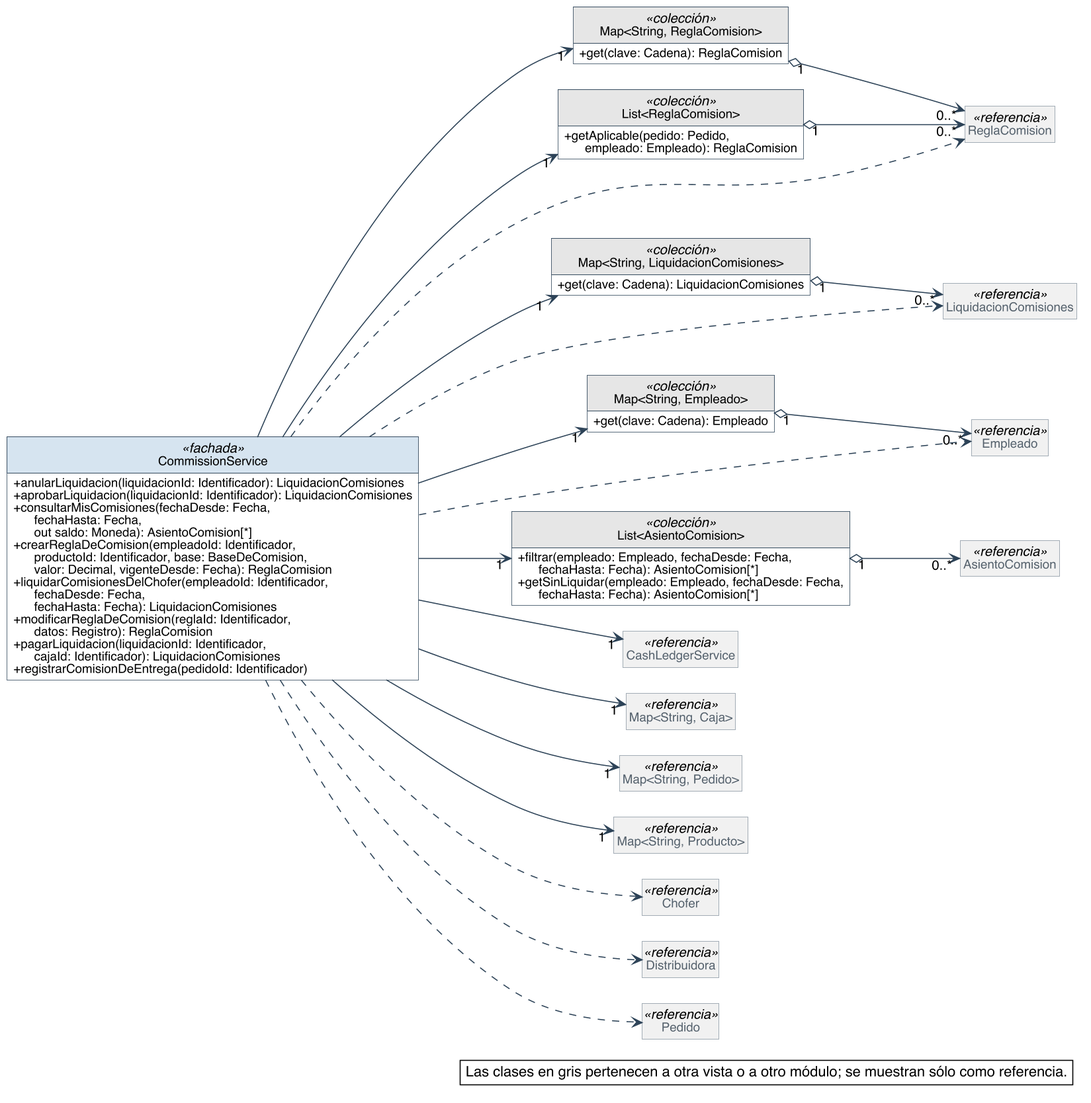
Nahuelito-Dev/splg-docs keeps this PlantUML diagram as diagramas/clases-diseno/DC_Mod_Comisiones.png. Above is the earlier version. Its diagram source:
```plantuml
@startuml
skinparam backgroundColor #FFFFFF
skinparam shadowing false
skinparam defaultFontName Helvetica
skinparam defaultFontSize 13
skinparam dpi 150
skinparam nodesep 40
skinparam ranksep 55
skinparam classAttributeIconSize 0
skinparam roundCorner 0
skinparam genericDisplay old
skinparam class {
  BorderColor #2C4257
  BackgroundColor #FFFFFF
  ArrowColor #2C4257
  FontSize 14
  AttributeFontSize 12
  HeaderBackgroundColor #E8EEF3
}
skinparam class<<referencia>> {
  BackgroundColor #F1F1F1
  BorderColor #8A97A3
  FontColor #55616C
}
skinparam class<<fachada>> {
  HeaderBackgroundColor #D6E4F0
}
skinparam class<<controlador>> {
  HeaderBackgroundColor #D6E4F0
}
skinparam class<<fabricación pura>> {
  HeaderBackgroundColor #F3E9CF
}
skinparam class<<colección>> {
  HeaderBackgroundColor #E6E6E6
}
skinparam class<<adaptador>> {
  HeaderBackgroundColor #DCEBDD
}
skinparam interface {
  BorderColor #2C4257
  BackgroundColor #FFFFFF
  HeaderBackgroundColor #DCEBDD
  FontSize 14
  AttributeFontSize 12
}
skinparam note {
  BackgroundColor #FFFFFF
  BorderColor #2C4257
}
skinparam packageStyle rectangle
skinparam package {
  BorderColor #8A97A3
  FontSize 13
  FontColor #55616C
}
hide circle
hide empty members

left to right direction
skinparam nodesep 25
skinparam ranksep 90
class CommissionService <<fachada>> {
  + anularLiquidacion(liquidacionId: Identificador): LiquidacionComisiones
  + aprobarLiquidacion(liquidacionId: Identificador): LiquidacionComisiones
  + consultarMisComisiones(fechaDesde: Fecha,\n      fechaHasta: Fecha,\n      out saldo: Moneda): AsientoComision[*]
  + crearReglaDeComision(empleadoId: Identificador,\n      productoId: Identificador, base: BaseDeComision,\n      valor: Decimal, vigenteDesde: Fecha): ReglaComision
  + liquidarComisionesDelChofer(empleadoId: Identificador,\n      fechaDesde: Fecha,\n      fechaHasta: Fecha): LiquidacionComisiones
  + modificarReglaDeComision(reglaId: Identificador,\n      datos: Registro): ReglaComision
  + pagarLiquidacion(liquidacionId: Identificador,\n      cajaId: Identificador): LiquidacionComisiones
  + registrarComisionDeEntrega(pedidoId: Identificador)
}
class "Map<String, ReglaComision>" as Map_String_ReglaComision <<colección>> {
  + get(clave: Cadena): ReglaComision
}
class "Map<String, LiquidacionComisiones>" as Map_String_LiquidacionComisiones <<colección>> {
  + get(clave: Cadena): LiquidacionComisiones
}
class "Map<String, Empleado>" as Map_String_Empleado <<colección>> {
  + get(clave: Cadena): Empleado
}
class "List<ReglaComision>" as List_ReglaComision <<colección>> {
  + getAplicable(pedido: Pedido,\n      empleado: Empleado): ReglaComision
}
class "List<AsientoComision>" as List_AsientoComision <<colección>> {
  + filtrar(empleado: Empleado, fechaDesde: Fecha,\n      fechaHasta: Fecha): AsientoComision[*]
  + getSinLiquidar(empleado: Empleado, fechaDesde: Fecha,\n      fechaHasta: Fecha): AsientoComision[*]
}
class Empleado <<referencia>>
class ReglaComision <<referencia>>
class LiquidacionComisiones <<referencia>>
class AsientoComision <<referencia>>
class CashLedgerService <<referencia>>
class "Map<String, Caja>" as Map_String_Caja <<referencia>>
class "Map<String, Pedido>" as Map_String_Pedido <<referencia>>
class "Map<String, Producto>" as Map_String_Producto <<referencia>>
class Chofer <<referencia>>
class Distribuidora <<referencia>>
class Pedido <<referencia>>

Map_String_Empleado "1" o--> "0..*" Empleado
Map_String_ReglaComision "1" o--> "0..*" ReglaComision
List_ReglaComision "1" o--> "0..*" ReglaComision
Map_String_LiquidacionComisiones "1" o--> "0..*" LiquidacionComisiones
List_AsientoComision "1" o--> "0..*" AsientoComision
CommissionService --> "1" CashLedgerService
CommissionService --> "1" List_AsientoComision
CommissionService --> "1" List_ReglaComision
CommissionService --> "1" Map_String_Caja
CommissionService --> "1" Map_String_Empleado
CommissionService --> "1" Map_String_LiquidacionComisiones
CommissionService --> "1" Map_String_Pedido
CommissionService --> "1" Map_String_Producto
CommissionService --> "1" Map_String_ReglaComision
CommissionService ..> Chofer
CommissionService ..> Distribuidora
CommissionService ..> Empleado
CommissionService ..> LiquidacionComisiones
CommissionService ..> Pedido
CommissionService ..> ReglaComision

legend bottom right
  Las clases en gris pertenecen a otra vista o a otro módulo; se muestran sólo como referencia.
endlegend
@enduml
```
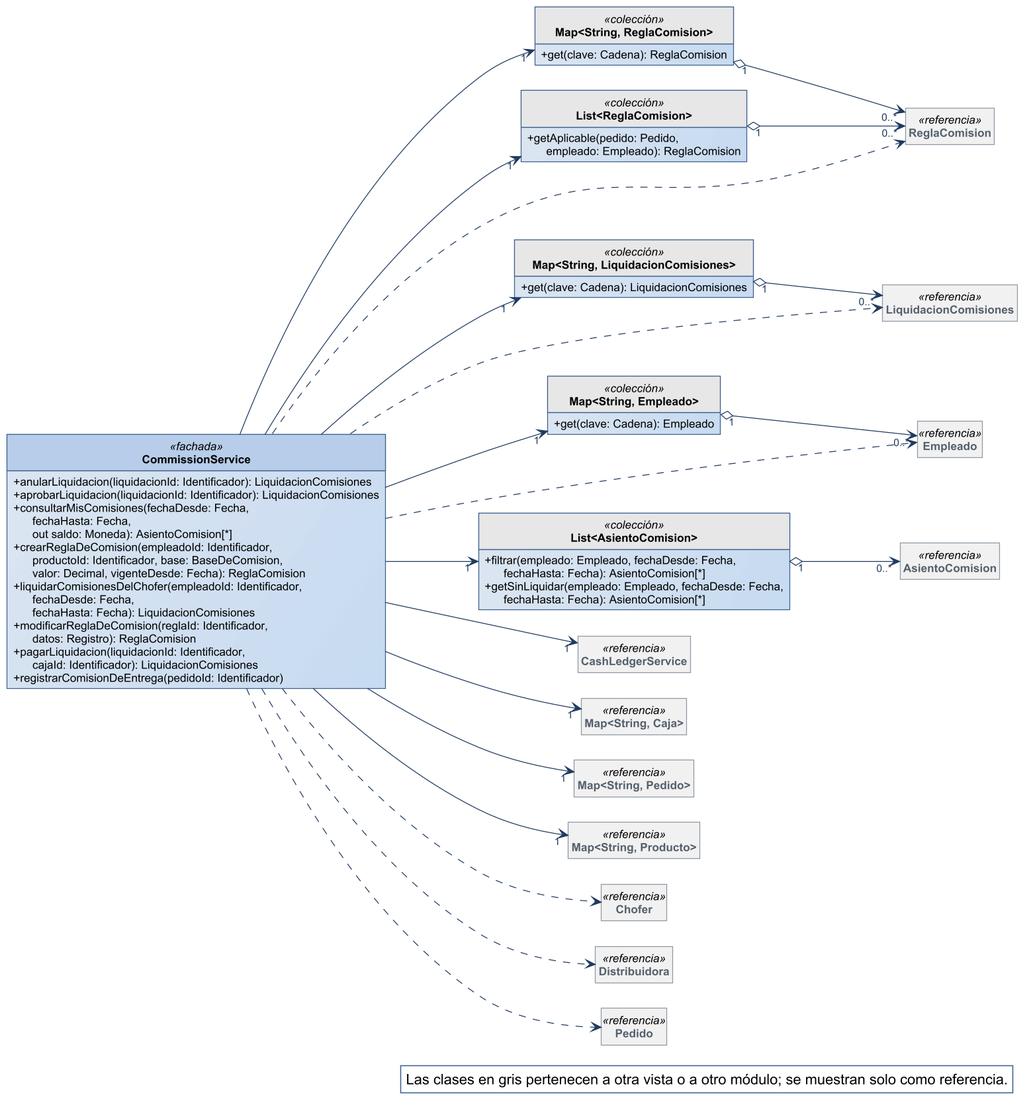
The same diagram one commit later.

What changed in the source:
```diff
@@ -1,59 +1,29 @@
 @startuml
-skinparam backgroundColor #FFFFFF
-skinparam shadowing false
-skinparam defaultFontName Helvetica
-skinparam defaultFontSize 13
-skinparam dpi 150
+!include ../estilo-vp.iuml
 skinparam nodesep 40
 skinparam ranksep 55
-skinparam classAttributeIconSize 0
-skinparam roundCorner 0
 skinparam genericDisplay old
-skinparam class {
-  BorderColor #2C4257
-  BackgroundColor #FFFFFF
-  ArrowColor #2C4257
-  FontSize 14
-  AttributeFontSize 12
-  HeaderBackgroundColor #E8EEF3
-}
 skinparam class<<referencia>> {
   BackgroundColor #F1F1F1
   BorderColor #8A97A3
   FontColor #55616C
 }
 skinparam class<<fachada>> {
-  HeaderBackgroundColor #D6E4F0
+  HeaderBackgroundColor #B7CDE8
 }
 skinparam class<<controlador>> {
-  HeaderBackgroundColor #D6E4F0
+  HeaderBackgroundColor #B7CDE8
 }
 skinparam class<<fabricación pura>> {
-  HeaderBackgroundColor #F3E9CF
+  HeaderBackgroundColor #E4ECF6
 }
 skinparam class<<colección>> {
   HeaderBackgroundColor #E6E6E6
 }
 skinparam class<<adaptador>> {
-  HeaderBackgroundColor #DCEBDD
-}
-skinparam interface {
-  BorderColor #2C4257
-  BackgroundColor #FFFFFF
-  HeaderBackgroundColor #DCEBDD
-  FontSize 14
-  AttributeFontSize 12
-}
-skinparam note {
-  BackgroundColor #FFFFFF
-  BorderColor #2C4257
+  HeaderBackgroundColor #D5E3F3
 }
 skinparam packageStyle rectangle
-skinparam package {
-  BorderColor #8A97A3
-  FontSize 13
-  FontColor #55616C
-}
 hide circle
 hide empty members
 
@@ -88,8 +58,8 @@
 }
 class Empleado <<referencia>>
 class ReglaComision <<referencia>>
+class AsientoComision <<referencia>>
 class LiquidacionComisiones <<referencia>>
-class AsientoComision <<referencia>>
 class CashLedgerService <<referencia>>
 class "Map<String, Caja>" as Map_String_Caja <<referencia>>
 class "Map<String, Pedido>" as Map_String_Pedido <<referencia>>
@@ -99,10 +69,10 @@
 class Pedido <<referencia>>
 
 Map_String_Empleado "1" o--> "0..*" Empleado
+List_ReglaComision "1" o--> "0..*" ReglaComision
+List_AsientoComision "1" o--> "0..*" AsientoComision
+Map_String_LiquidacionComisiones "1" o--> "0..*" LiquidacionComisiones
 Map_String_ReglaComision "1" o--> "0..*" ReglaComision
-List_ReglaComision "1" o--> "0..*" ReglaComision
-Map_String_LiquidacionComisiones "1" o--> "0..*" LiquidacionComisiones
-List_AsientoComision "1" o--> "0..*" AsientoComision
 CommissionService --> "1" CashLedgerService
 CommissionService --> "1" List_AsientoComision
 CommissionService --> "1" List_ReglaComision
@@ -120,6 +90,6 @@
 CommissionService ..> ReglaComision
 
 legend bottom right
-  Las clases en gris pertenecen a otra vista o a otro módulo; se muestran sólo como referencia.
+  Las clases en gris pertenecen a otra vista o a otro módulo; se muestran solo como referencia.
 endlegend
 @enduml
```
